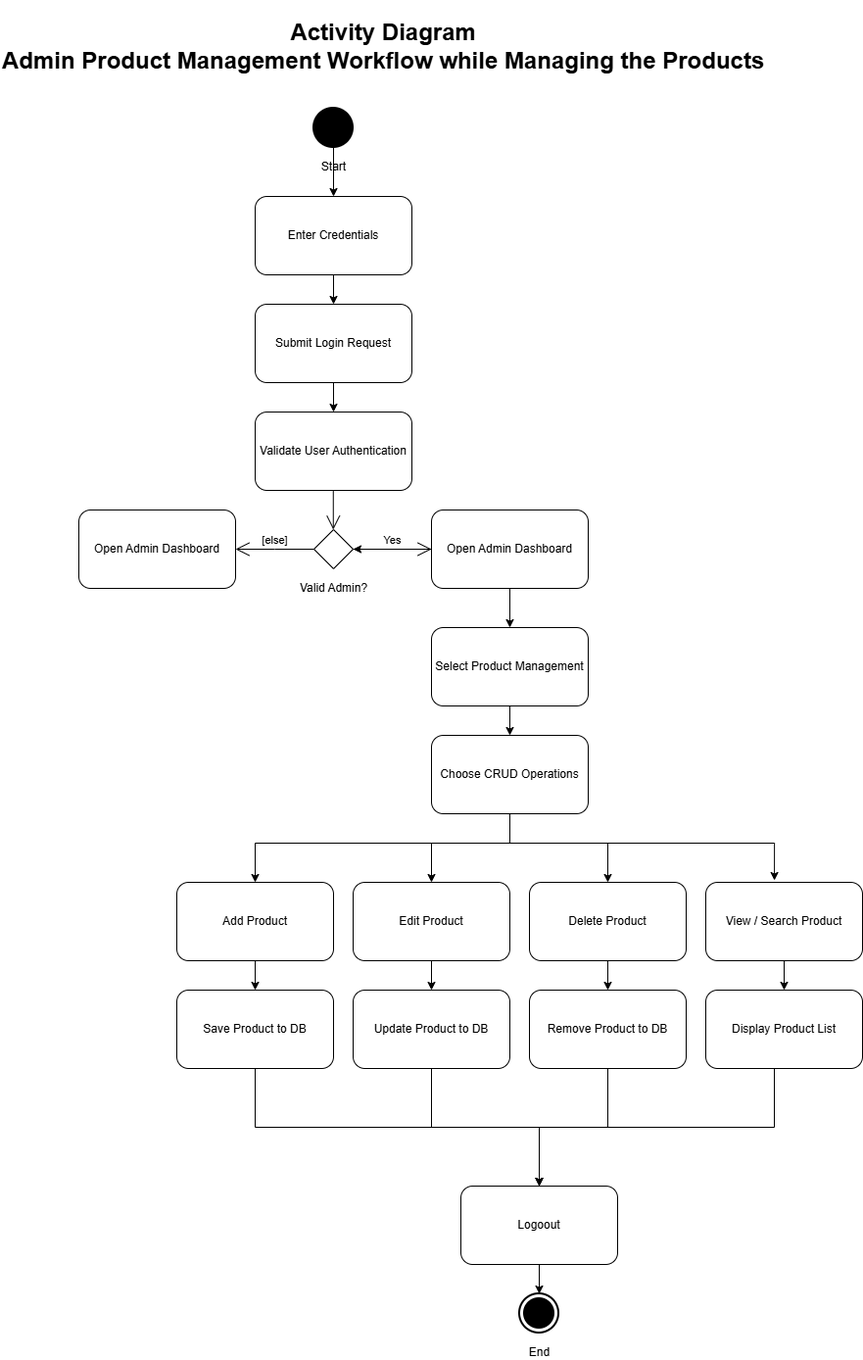
zunair-hub/electronics-store-management-system keeps this draw.io diagram as docs/sysml/4- ESMS_Activity_Diagram.png. Above is the earlier version. Source tidied: cells renumbered, new cells last; positions are measured from the earlier drawing's top-left corner, leaving out a move shared by most shapes.
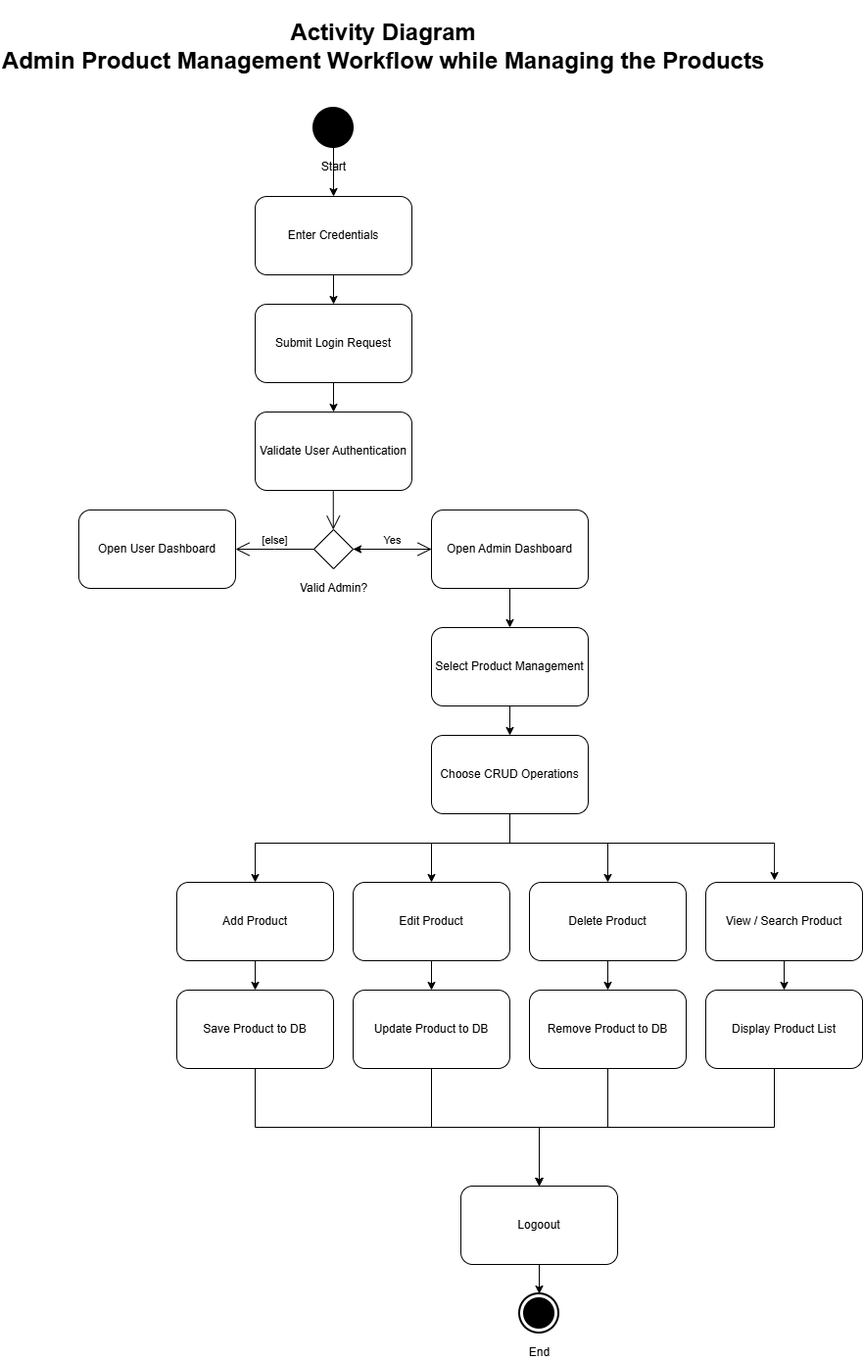
The same file after the commit.

What changed in the source:
```diff
@@ -141,7 +141,7 @@
     <mxCell id="38" value="End" style="html=1;shape=mxgraph.sysml.actFinal;strokeWidth=2;verticalLabelPosition=bottom;verticalAlignment=top;" parent="1" vertex="1">
       <mxGeometry x="530" y="1320" width="40" height="40" as="geometry" />
     </mxCell>
-    <mxCell id="39" value="Open Admin Dashboard" style="shape=rect;html=1;rounded=1;whiteSpace=wrap;align=center;" parent="1" vertex="1">
+    <mxCell id="39" value="Open User Dashboard" style="shape=rect;html=1;rounded=1;whiteSpace=wrap;align=center;" parent="1" vertex="1">
       <mxGeometry x="80" y="520" width="160" height="80" as="geometry" />
     </mxCell>
     <mxCell id="40" style="edgeStyle=orthogonalEdgeStyle;rounded=0;jettySize=auto;html=1;" parent="1" edge="1" source="21">
```
